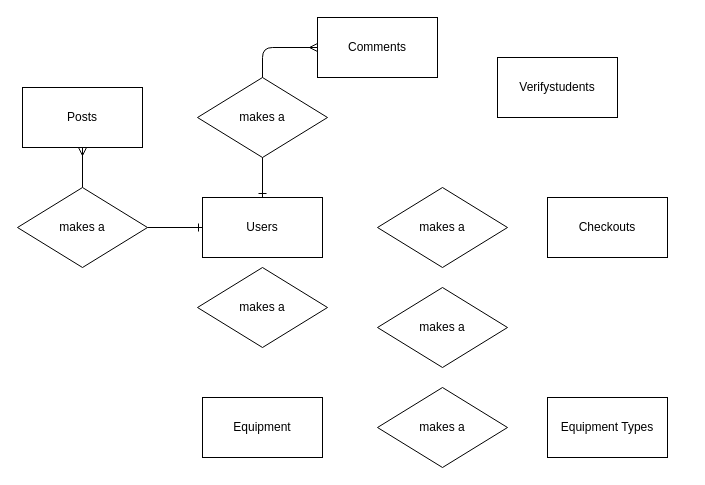
The draw.io diagram Final Presentation/ER Diagram Final.drawio in tdavis422/SeniorProject, before the edit. Source tidied: cells renumbered, new cells numbered last; positions are measured from the earlier drawing's top-left corner, leaving out a move shared by most shapes. Both pictures are drawn from the tidied source at 100%, with x=0, y=0 at pixel (17, 17).
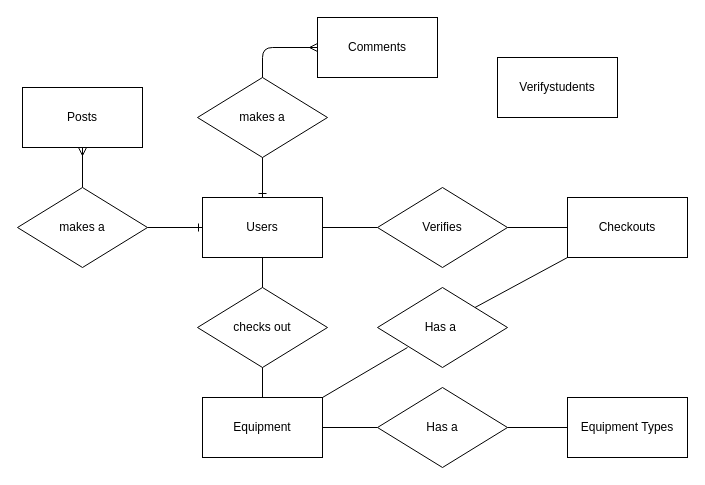
The same diagram, later.

Unchanged cells that the change refers to:
```xml
<mxCell id="4" value="Users" style="rounded=0;whiteSpace=wrap;html=1;" parent="1" vertex="1">
  <mxGeometry x="185" y="180" width="120" height="60" as="geometry" />
</mxCell>
<mxCell id="8" value="Equipment" style="rounded=0;whiteSpace=wrap;html=1;" parent="1" vertex="1">
  <mxGeometry x="185" y="380" width="120" height="60" as="geometry" />
</mxCell>
```

What changed in the source:
```diff
@@
     <mxCell id="2" value="Checkouts" style="rounded=0;whiteSpace=wrap;html=1;" parent="1" vertex="1">
-      <mxGeometry x="530" y="180" width="120" height="60" as="geometry" />
+      <mxGeometry x="550" y="180" width="120" height="60" as="geometry" />
     </mxCell>
@@
     <mxCell id="6" value="Equipment Types" style="rounded=0;whiteSpace=wrap;html=1;" parent="1" vertex="1">
-      <mxGeometry x="530" y="380" width="120" height="60" as="geometry" />
+      <mxGeometry x="550" y="380" width="120" height="60" as="geometry" />
     </mxCell>
@@
-    <mxCell id="15" value="makes a" style="rhombus;whiteSpace=wrap;html=1;" parent="1" vertex="1">
+    <mxCell id="15" value="Has a&amp;nbsp;" style="rhombus;whiteSpace=wrap;html=1;" parent="1" vertex="1">
       <mxGeometry x="360" y="270" width="130" height="80" as="geometry" />
     </mxCell>
-    <mxCell id="16" value="makes a" style="rhombus;whiteSpace=wrap;html=1;" parent="1" vertex="1">
-      <mxGeometry x="180" y="250" width="130" height="80" as="geometry" />
+    <mxCell id="16" value="checks out" style="rhombus;whiteSpace=wrap;html=1;" parent="1" vertex="1">
+      <mxGeometry x="180" y="270" width="130" height="80" as="geometry" />
     </mxCell>
-    <mxCell id="17" value="makes a" style="rhombus;whiteSpace=wrap;html=1;" parent="1" vertex="1">
+    <mxCell id="17" value="Verifies" style="rhombus;whiteSpace=wrap;html=1;" parent="1" vertex="1">
       <mxGeometry x="360" y="170" width="130" height="80" as="geometry" />
     </mxCell>
-    <mxCell id="18" value="makes a" style="rhombus;whiteSpace=wrap;html=1;" parent="1" vertex="1">
+    <mxCell id="18" value="Has a" style="rhombus;whiteSpace=wrap;html=1;" parent="1" vertex="1">
       <mxGeometry x="360" y="370" width="130" height="80" as="geometry" />
     </mxCell>
+    <mxCell id="19" style="endArrow=none;html=1;strokeColor=#000000;entryX=0.5;entryY=1;entryDx=0;entryDy=0;exitX=0.5;exitY=0;exitDx=0;exitDy=0;" parent="1" edge="1" source="8" target="16">
+      <mxGeometry relative="1" as="geometry" />
+    </mxCell>
+    <mxCell id="20" style="endArrow=none;html=1;strokeColor=#000000;entryX=0.5;entryY=1;entryDx=0;entryDy=0;exitX=0.5;exitY=0;exitDx=0;exitDy=0;" parent="1" edge="1" source="16" target="4">
+      <mxGeometry relative="1" as="geometry" />
+    </mxCell>
+    <mxCell id="21" style="endArrow=none;html=1;strokeColor=#000000;entryX=1;entryY=0.5;entryDx=0;entryDy=0;exitX=0;exitY=0.5;exitDx=0;exitDy=0;" parent="1" edge="1" source="17" target="4">
+      <mxGeometry relative="1" as="geometry" />
+    </mxCell>
+    <mxCell id="22" style="endArrow=none;html=1;strokeColor=#000000;entryX=1;entryY=0.5;entryDx=0;entryDy=0;exitX=0;exitY=0.5;exitDx=0;exitDy=0;" parent="1" edge="1" source="2" target="17">
+      <mxGeometry relative="1" as="geometry" />
+    </mxCell>
+    <mxCell id="23" style="endArrow=none;html=1;strokeColor=#000000;entryX=1;entryY=0.5;entryDx=0;entryDy=0;exitX=0;exitY=0.5;exitDx=0;exitDy=0;" parent="1" edge="1" source="18" target="8">
+      <mxGeometry relative="1" as="geometry" />
+    </mxCell>
+    <mxCell id="24" style="endArrow=none;html=1;strokeColor=#000000;entryX=0;entryY=0.5;entryDx=0;entryDy=0;exitX=1;exitY=0.5;exitDx=0;exitDy=0;" parent="1" edge="1" source="18" target="6">
+      <mxGeometry relative="1" as="geometry" />
+    </mxCell>
+    <mxCell id="25" style="endArrow=none;html=1;strokeColor=#000000;exitX=1;exitY=0;exitDx=0;exitDy=0;" parent="1" edge="1" source="8">
+      <mxGeometry relative="1" as="geometry">
+        <mxPoint x="390" y="330" as="targetPoint" />
+      </mxGeometry>
+    </mxCell>
+    <mxCell id="26" style="endArrow=none;html=1;strokeColor=#000000;entryX=1;entryY=0;entryDx=0;entryDy=0;exitX=0;exitY=1;exitDx=0;exitDy=0;" parent="1" edge="1" source="2" target="15">
+      <mxGeometry relative="1" as="geometry" />
+    </mxCell>
```
